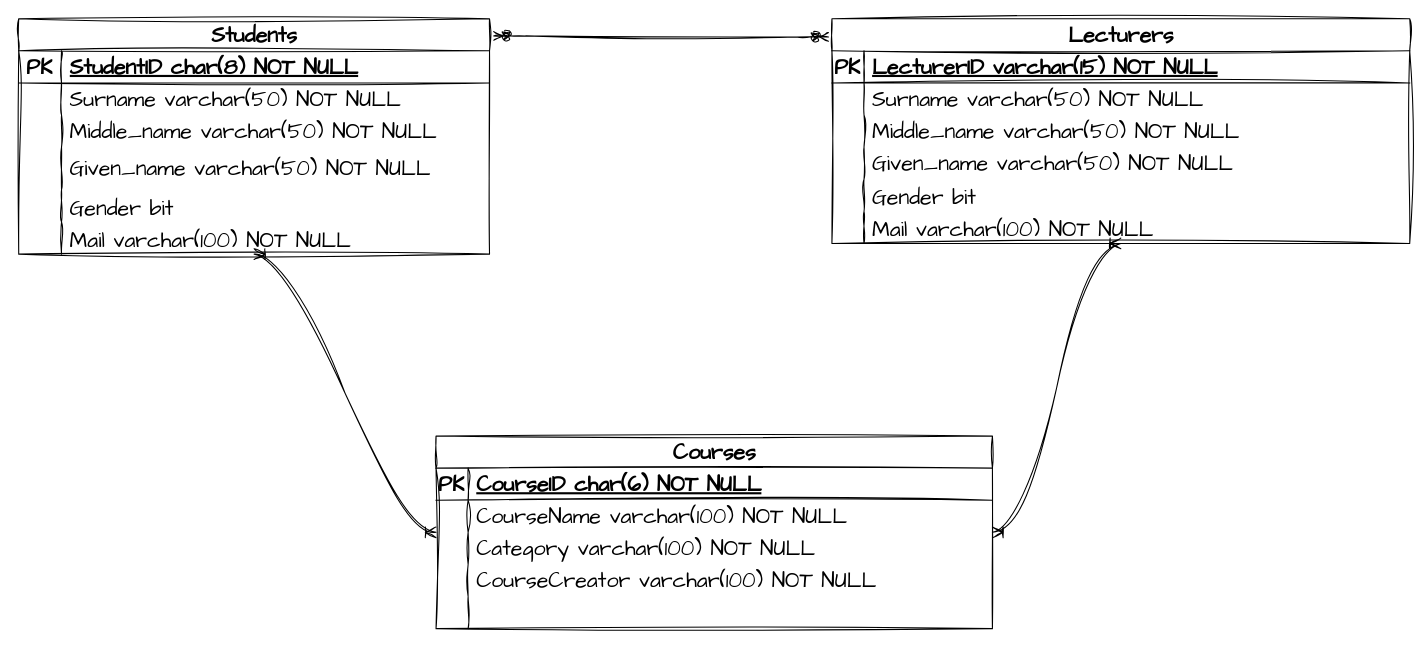
This is Untitled Diagram.drawio from Adota2107/CMS_ERD_Diagram, a draw.io file, before an edit. Source tidied: cells renumbered, new cells numbered last; positions are measured from the earlier drawing's top-left corner, leaving out a move shared by most shapes. Both pictures are drawn from the tidied source at 107%, with x=0, y=0 at pixel (18, 18).
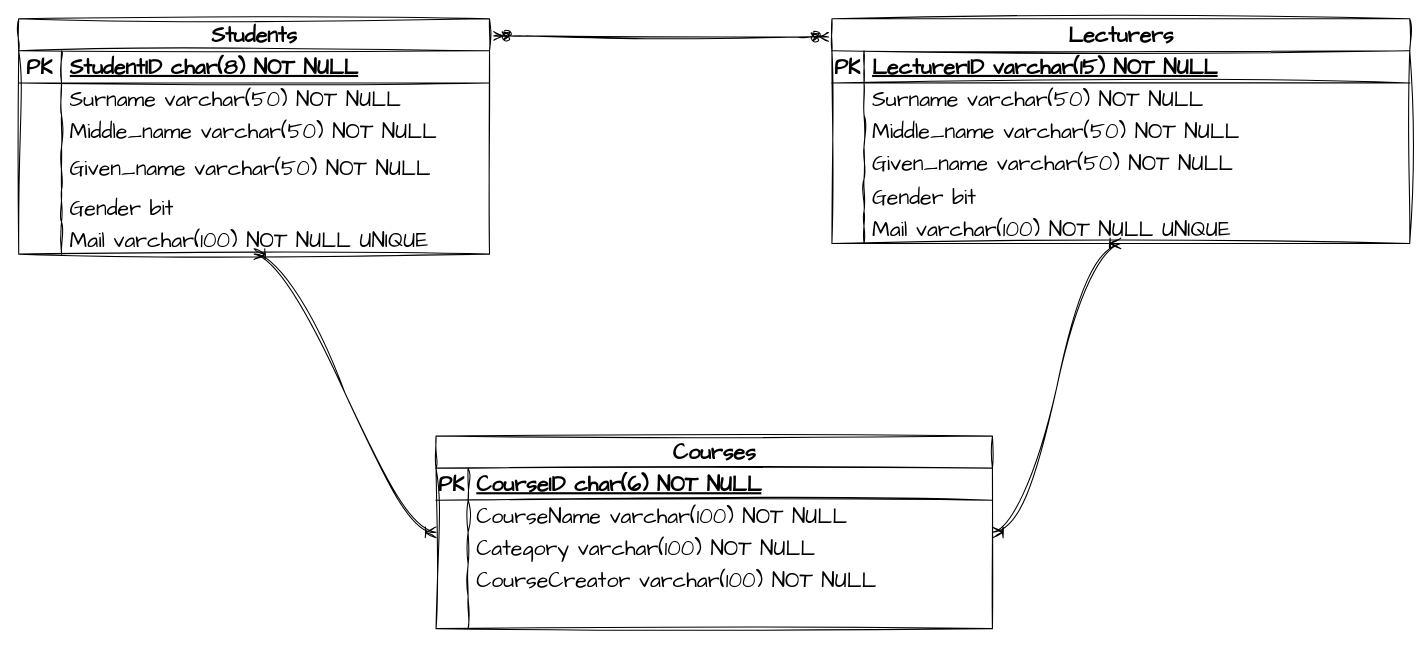
Above is the later version.

Commit message:
Add UNIQUE to Mail

The change refers to these unchanged cells:
```xml
<mxCell id="18" style="shape=tableRow;horizontal=0;startSize=0;swimlaneHead=0;swimlaneBody=0;fillColor=none;top=0;left=0;right=0;bottom=0;sketch=1;hachureGap=4;jiggle=2;curveFitting=1;fontFamily=Architects Daughter;fontSize=20;" parent="2" vertex="1">
  <mxGeometry y="190" width="440" height="30" as="geometry" />
</mxCell>
<mxCell id="37" style="shape=tableRow;horizontal=0;startSize=0;swimlaneHead=0;swimlaneBody=0;fillColor=none;top=0;left=0;right=0;bottom=0;sketch=1;hachureGap=4;jiggle=2;curveFitting=1;fontFamily=Architects Daughter;fontSize=20;" parent="21" vertex="1">
  <mxGeometry y="180" width="540" height="30" as="geometry" />
</mxCell>
```

Change to the diagram source:
```diff
@@
-    <mxCell id="20" value="Mail varchar(100) NOT NULL" style="shape=partialRectangle;fillColor=none;top=0;left=0;bottom=0;right=0;align=left;spacingLeft=6;overflow=hidden;sketch=1;hachureGap=4;jiggle=2;curveFitting=1;fontFamily=Architects Daughter;fontSize=20;" parent="18" vertex="1">
+    <mxCell id="20" value="Mail varchar(100) NOT NULL UNIQUE" style="shape=partialRectangle;fillColor=none;top=0;left=0;bottom=0;right=0;align=left;spacingLeft=6;overflow=hidden;sketch=1;hachureGap=4;jiggle=2;curveFitting=1;fontFamily=Architects Daughter;fontSize=20;" parent="18" vertex="1">
       <mxGeometry x="40" width="400" height="30" as="geometry" />
     </mxCell>
@@
-    <mxCell id="39" value="Mail varchar(100) NOT NULL" style="shape=partialRectangle;fillColor=none;top=0;left=0;bottom=0;right=0;align=left;spacingLeft=6;overflow=hidden;sketch=1;hachureGap=4;jiggle=2;curveFitting=1;fontFamily=Architects Daughter;fontSize=20;" parent="37" vertex="1">
+    <mxCell id="39" value="Mail varchar(100) NOT NULL UNIQUE" style="shape=partialRectangle;fillColor=none;top=0;left=0;bottom=0;right=0;align=left;spacingLeft=6;overflow=hidden;sketch=1;hachureGap=4;jiggle=2;curveFitting=1;fontFamily=Architects Daughter;fontSize=20;" parent="37" vertex="1">
       <mxGeometry x="30" width="510" height="30" as="geometry" />
     </mxCell>
```
